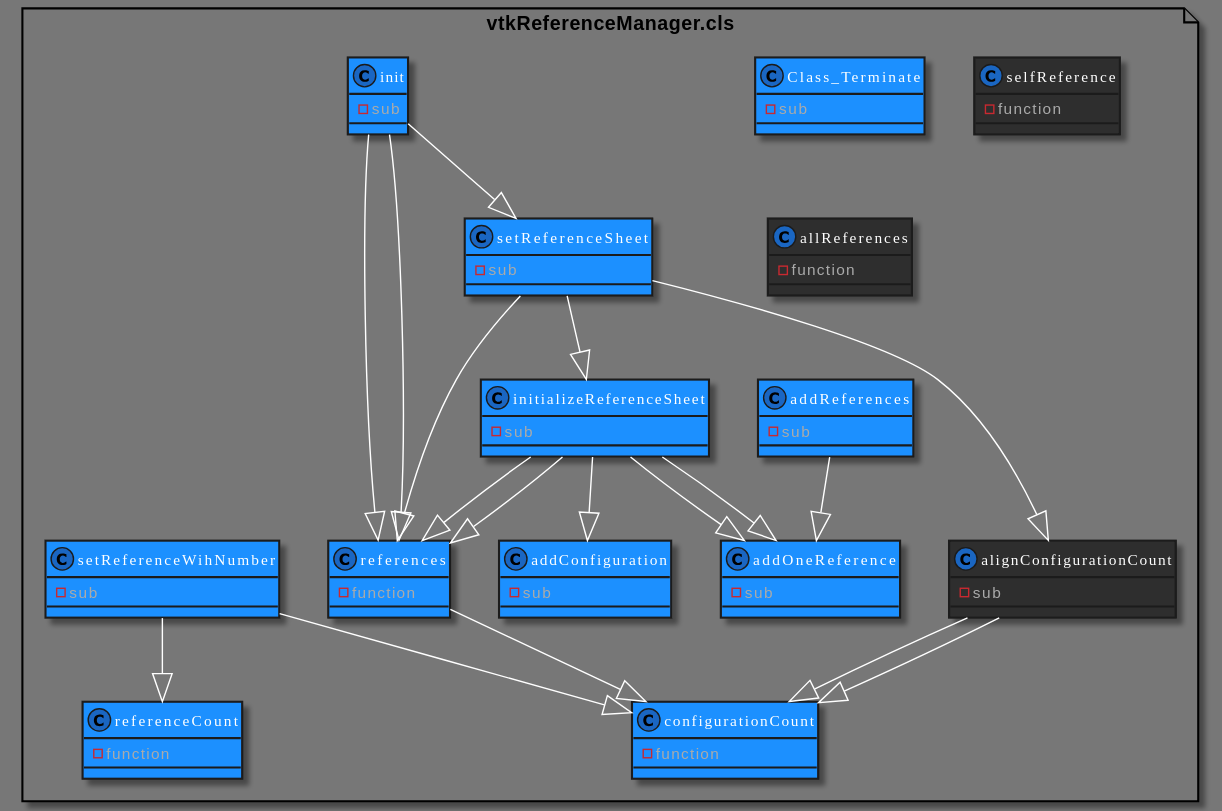
The PlantUML diagram src.svg in minegishirei/ReadableChart, before a commit.
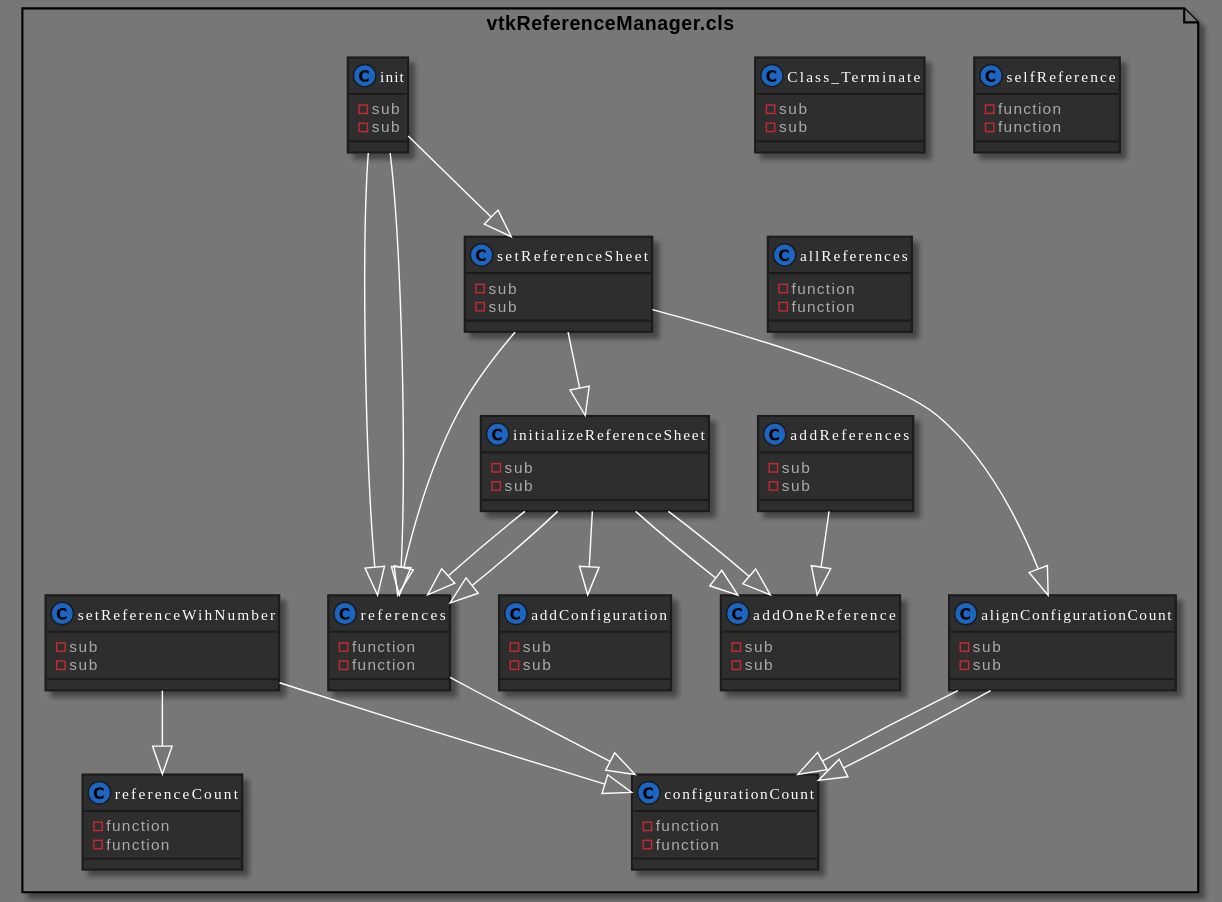
After the commit.

The edit, as a diff of the source:
```diff
@@ -2,16 +2,25 @@
 !define DARKBLUE
 !include https://raw.githubusercontent.com/Drakemor/RedDress-PlantUML/master/style.puml
 file vtkReferenceManager.cls{
-class Class_Terminate #1e90ff {
+class Class_Terminate {
 - sub
 }
-class init #1e90ff {
+class Class_Terminate {
+- sub
+}
+class init {
+- sub
+}
+class init {
 - sub
 }
 init -down-|> references
 init -down-|> setReferenceSheet
 init -down-|> references
-class setReferenceSheet #1e90ff {
+class setReferenceSheet {
+- sub
+}
+class setReferenceSheet {
 - sub
 }
 setReferenceSheet -down-|> references
@@ -20,7 +29,13 @@
 class selfReference {
 - function
 }
-class initializeReferenceSheet #1e90ff {
+class selfReference {
+- function
+}
+class initializeReferenceSheet {
+- sub
+}
+class initializeReferenceSheet {
 - sub
 }
 initializeReferenceSheet -down-|> references
@@ -31,32 +46,59 @@
 class alignConfigurationCount {
 - sub
 }
+class alignConfigurationCount {
+- sub
+}
 alignConfigurationCount -down-|> configurationCount
 alignConfigurationCount -down-|> configurationCount
-class configurationCount #1e90ff {
+class configurationCount {
 - function
 }
-class referenceCount #1e90ff {
+class configurationCount {
 - function
 }
-class addConfiguration #1e90ff {
+class referenceCount {
+- function
+}
+class referenceCount {
+- function
+}
+class addConfiguration {
 - sub
 }
-class addReferences #1e90ff {
+class addConfiguration {
+- sub
+}
+class addReferences {
+- sub
+}
+class addReferences {
 - sub
 }
 addReferences -down-|> addOneReference
-class addOneReference #1e90ff {
+class addOneReference {
+- sub
+}
+class addOneReference {
 - sub
 }
 class allReferences {
 - function
 }
-class references #1e90ff {
+class allReferences {
+- function
+}
+class references {
+- function
+}
+class references {
 - function
 }
 references -down-|> configurationCount
-class setReferenceWihNumber #1e90ff {
+class setReferenceWihNumber {
+- sub
+}
+class setReferenceWihNumber {
 - sub
 }
 setReferenceWihNumber -down-|> referenceCount
```
